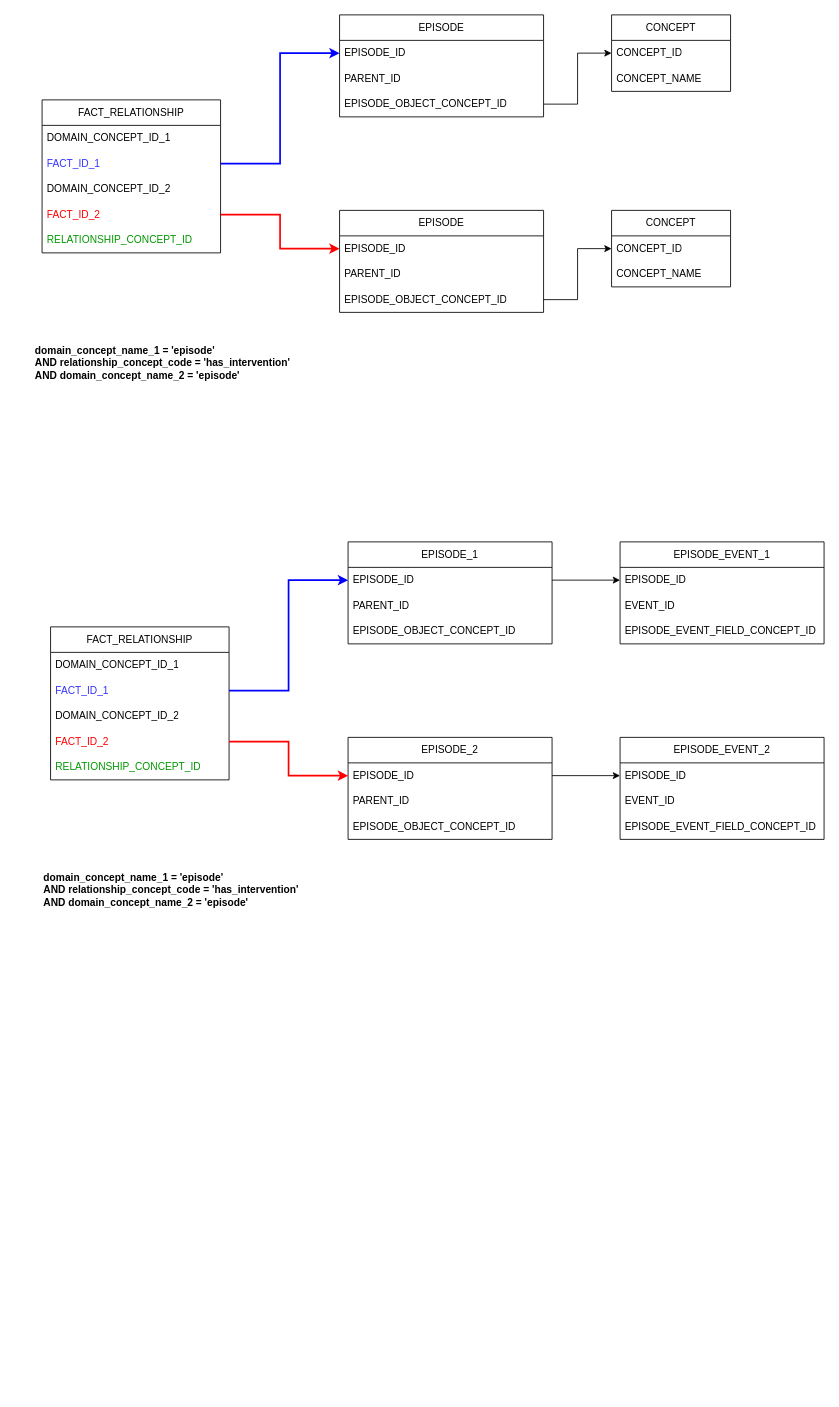
This is page "Page-8" (8 of 8) of R21 PSKB Usage of OMOP tables.drawio from ntimkovich/UAB-II-Diagrams, a draw.io file, before an edit. Source tidied: cells renumbered, new cells numbered last; positions are measured from the earlier drawing's top-left corner, leaving out a move shared by most shapes. Both pictures are drawn from the tidied source at 85%, with x=0, y=0 at pixel (33, 14).
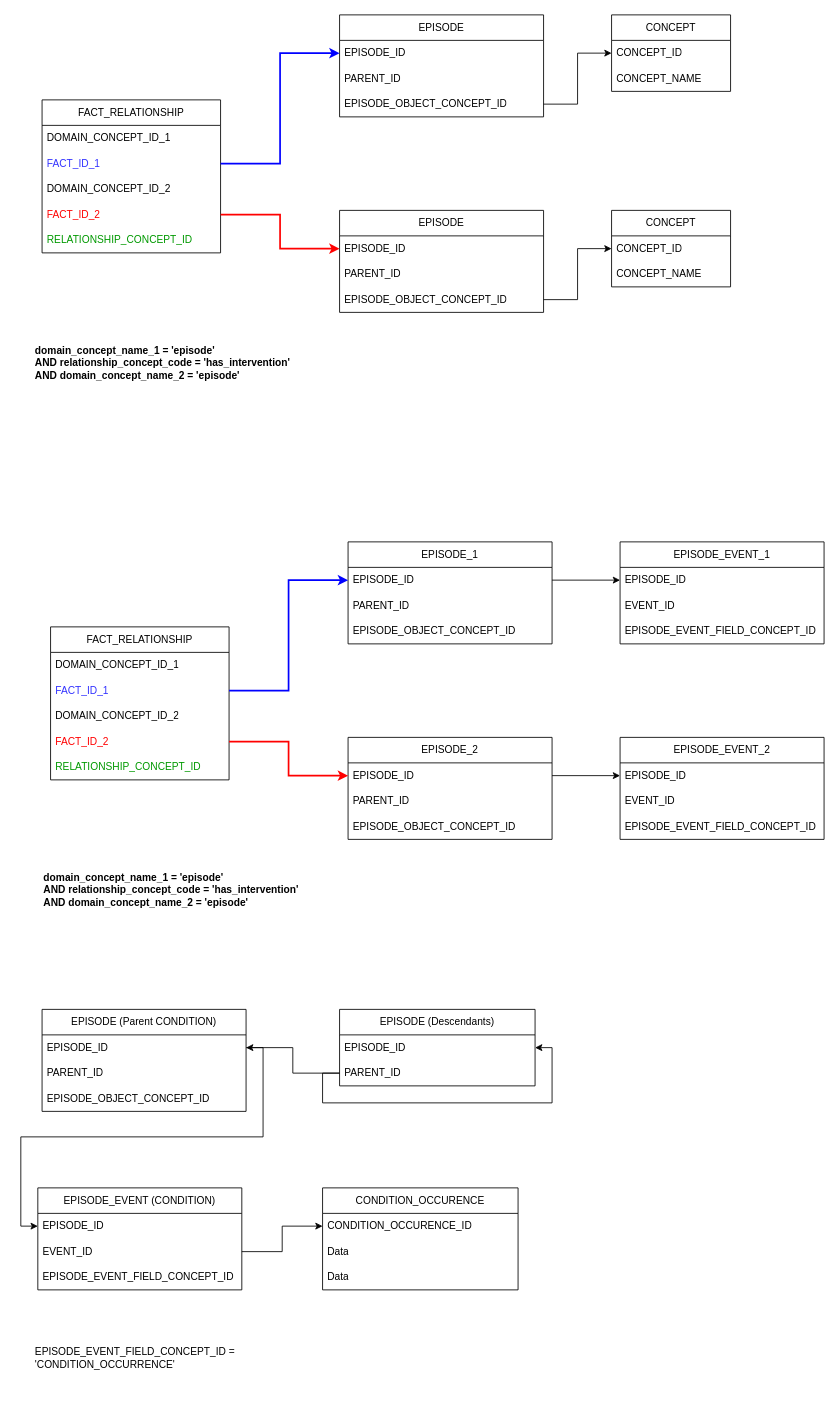
The same page after the edit.

The edit, as a diff of the source:
```diff
@@
+    <mxCell id="54" value="EPISODE (Parent CONDITION)" style="swimlane;fontStyle=0;horizontal=1;startSize=30;whiteSpace=wrap;html=1;" parent="1" vertex="1">
+      <mxGeometry x="10" y="1170" width="240" height="120" as="geometry" />
+    </mxCell>
+    <mxCell id="55" value="EPISODE_ID" style="text;strokeColor=none;fillColor=none;align=left;verticalAlign=middle;spacingLeft=4;spacingRight=4;overflow=hidden;points=[[0,0.5],[1,0.5]];portConstraint=eastwest;whiteSpace=wrap;html=1;" parent="54" vertex="1">
+      <mxGeometry y="30" width="240" height="30" as="geometry" />
+    </mxCell>
+    <mxCell id="56" value="PARENT_ID" style="text;strokeColor=none;fillColor=none;align=left;verticalAlign=middle;spacingLeft=4;spacingRight=4;overflow=hidden;whiteSpace=wrap;html=1;" parent="54" vertex="1">
+      <mxGeometry y="60" width="240" height="30" as="geometry" />
+    </mxCell>
+    <mxCell id="57" value="EPISODE_OBJECT_CONCEPT_ID" style="text;strokeColor=none;fillColor=none;align=left;verticalAlign=middle;spacingLeft=4;spacingRight=4;overflow=hidden;whiteSpace=wrap;html=1;" parent="54" vertex="1">
+      <mxGeometry y="90" width="240" height="30" as="geometry" />
+    </mxCell>
+    <mxCell id="58" value="EPISODE_EVENT (CONDITION)" style="swimlane;fontStyle=0;horizontal=1;startSize=30;whiteSpace=wrap;html=1;" parent="1" vertex="1">
+      <mxGeometry x="5" y="1380" width="240" height="120" as="geometry" />
+    </mxCell>
+    <mxCell id="59" value="EPISODE_ID" style="text;strokeColor=none;fillColor=none;align=left;verticalAlign=middle;spacingLeft=4;spacingRight=4;overflow=hidden;points=[[0,0.5],[1,0.5]];portConstraint=eastwest;whiteSpace=wrap;html=1;" parent="58" vertex="1">
+      <mxGeometry y="30" width="240" height="30" as="geometry" />
+    </mxCell>
+    <mxCell id="60" value="EVENT_ID" style="text;strokeColor=none;fillColor=none;align=left;verticalAlign=middle;spacingLeft=4;spacingRight=4;overflow=hidden;points=[[0,0.5],[1,0.5]];portConstraint=eastwest;whiteSpace=wrap;html=1;" parent="58" vertex="1">
+      <mxGeometry y="60" width="240" height="30" as="geometry" />
+    </mxCell>
+    <mxCell id="61" value="EPISODE_EVENT_FIELD_CONCEPT_ID" style="text;strokeColor=none;fillColor=none;align=left;verticalAlign=middle;spacingLeft=4;spacingRight=4;overflow=hidden;whiteSpace=wrap;html=1;" parent="58" vertex="1">
+      <mxGeometry y="90" width="240" height="30" as="geometry" />
+    </mxCell>
+    <mxCell id="62" style="edgeStyle=orthogonalEdgeStyle;rounded=0;jettySize=auto;html=1;exitX=1;exitY=0.5;exitDx=0;exitDy=0;entryX=0;entryY=0.5;entryDx=0;entryDy=0;" parent="1" edge="1" source="55" target="59">
+      <mxGeometry relative="1" as="geometry" />
+    </mxCell>
+    <mxCell id="63" value="EPISODE_EVENT_FIELD_CONCEPT_ID = 'CONDITION_OCCURRENCE'" style="text;html=1;strokeColor=none;fillColor=none;align=left;verticalAlign=middle;whiteSpace=wrap;rounded=0;" parent="1" vertex="1">
+      <mxGeometry y="1540" width="310" height="80" as="geometry" />
+    </mxCell>
+    <mxCell id="64" value="CONDITION_OCCURENCE" style="swimlane;fontStyle=0;horizontal=1;startSize=30;whiteSpace=wrap;html=1;" parent="1" vertex="1">
+      <mxGeometry x="340" y="1380" width="230" height="120" as="geometry" />
+    </mxCell>
+    <mxCell id="65" value="CONDITION_OCCURENCE_ID" style="text;strokeColor=none;fillColor=none;align=left;verticalAlign=middle;spacingLeft=4;spacingRight=4;overflow=hidden;points=[[0,0.5],[1,0.5]];portConstraint=eastwest;whiteSpace=wrap;html=1;" parent="64" vertex="1">
+      <mxGeometry y="30" width="230" height="30" as="geometry" />
+    </mxCell>
+    <mxCell id="66" value="Data" style="text;strokeColor=none;fillColor=none;align=left;verticalAlign=middle;spacingLeft=4;spacingRight=4;overflow=hidden;whiteSpace=wrap;html=1;" parent="64" vertex="1">
+      <mxGeometry y="60" width="230" height="30" as="geometry" />
+    </mxCell>
+    <mxCell id="67" value="Data" style="text;strokeColor=none;fillColor=none;align=left;verticalAlign=middle;spacingLeft=4;spacingRight=4;overflow=hidden;whiteSpace=wrap;html=1;" parent="64" vertex="1">
+      <mxGeometry y="90" width="230" height="30" as="geometry" />
+    </mxCell>
+    <mxCell id="68" style="edgeStyle=orthogonalEdgeStyle;rounded=0;jettySize=auto;html=1;exitX=1;exitY=0.5;exitDx=0;exitDy=0;entryX=0;entryY=0.5;entryDx=0;entryDy=0;" parent="1" edge="1" source="60" target="65">
+      <mxGeometry relative="1" as="geometry" />
+    </mxCell>
+    <mxCell id="69" value="EPISODE (Descendants)" style="swimlane;fontStyle=0;horizontal=1;startSize=30;whiteSpace=wrap;html=1;" parent="1" vertex="1">
+      <mxGeometry x="360" y="1170" width="230" height="90" as="geometry" />
+    </mxCell>
+    <mxCell id="70" value="EPISODE_ID" style="text;strokeColor=none;fillColor=none;align=left;verticalAlign=middle;spacingLeft=4;spacingRight=4;overflow=hidden;points=[[0,0.5],[1,0.5]];portConstraint=eastwest;whiteSpace=wrap;html=1;" parent="69" vertex="1">
+      <mxGeometry y="30" width="230" height="30" as="geometry" />
+    </mxCell>
+    <mxCell id="71" style="edgeStyle=orthogonalEdgeStyle;rounded=0;jettySize=auto;html=1;exitX=0;exitY=0.5;exitDx=0;exitDy=0;entryX=1;entryY=0.5;entryDx=0;entryDy=0;" parent="69" edge="1" source="72" target="70">
+      <mxGeometry relative="1" as="geometry">
+        <Array as="points">
+          <mxPoint x="-20" y="75" />
+          <mxPoint x="-20" y="110" />
+          <mxPoint x="250" y="110" />
+          <mxPoint x="250" y="45" />
+        </Array>
+      </mxGeometry>
+    </mxCell>
+    <mxCell id="72" value="PARENT_ID" style="text;strokeColor=none;fillColor=none;align=left;verticalAlign=middle;spacingLeft=4;spacingRight=4;overflow=hidden;points=[[0,0.5],[1,0.5]];portConstraint=eastwest;whiteSpace=wrap;html=1;" parent="69" vertex="1">
+      <mxGeometry y="60" width="230" height="30" as="geometry" />
+    </mxCell>
+    <mxCell id="73" style="edgeStyle=orthogonalEdgeStyle;rounded=0;jettySize=auto;html=1;exitX=0;exitY=0.5;exitDx=0;exitDy=0;entryX=1;entryY=0.5;entryDx=0;entryDy=0;" parent="1" edge="1" source="72" target="55">
+      <mxGeometry relative="1" as="geometry" />
+    </mxCell>
```
